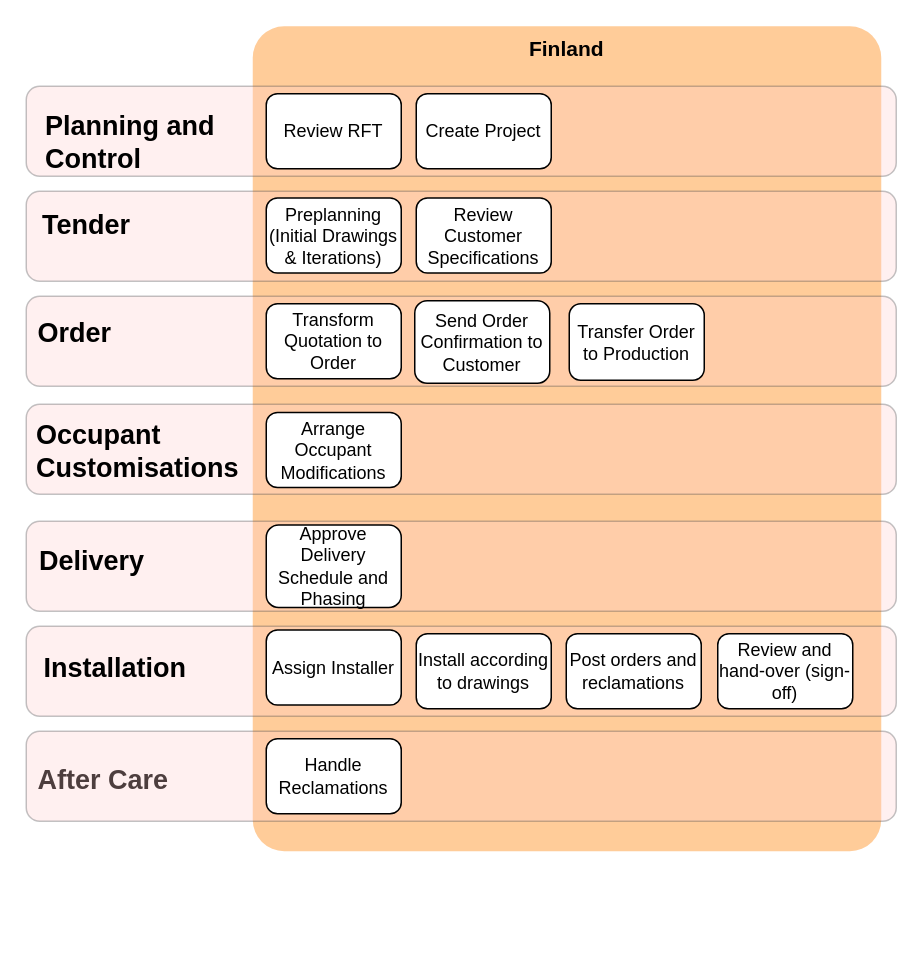
This is page "Project Finland" (3 of 8) of Commercial Model.drawio from mrf742002/Diagrams, a draw.io file, before an edit. Source tidied: cells renumbered, new cells numbered last; positions are measured from the earlier drawing's top-left corner, leaving out a move shared by most shapes. Both pictures are drawn from the tidied source at 150%, with x=0, y=0 at pixel (26, 26).
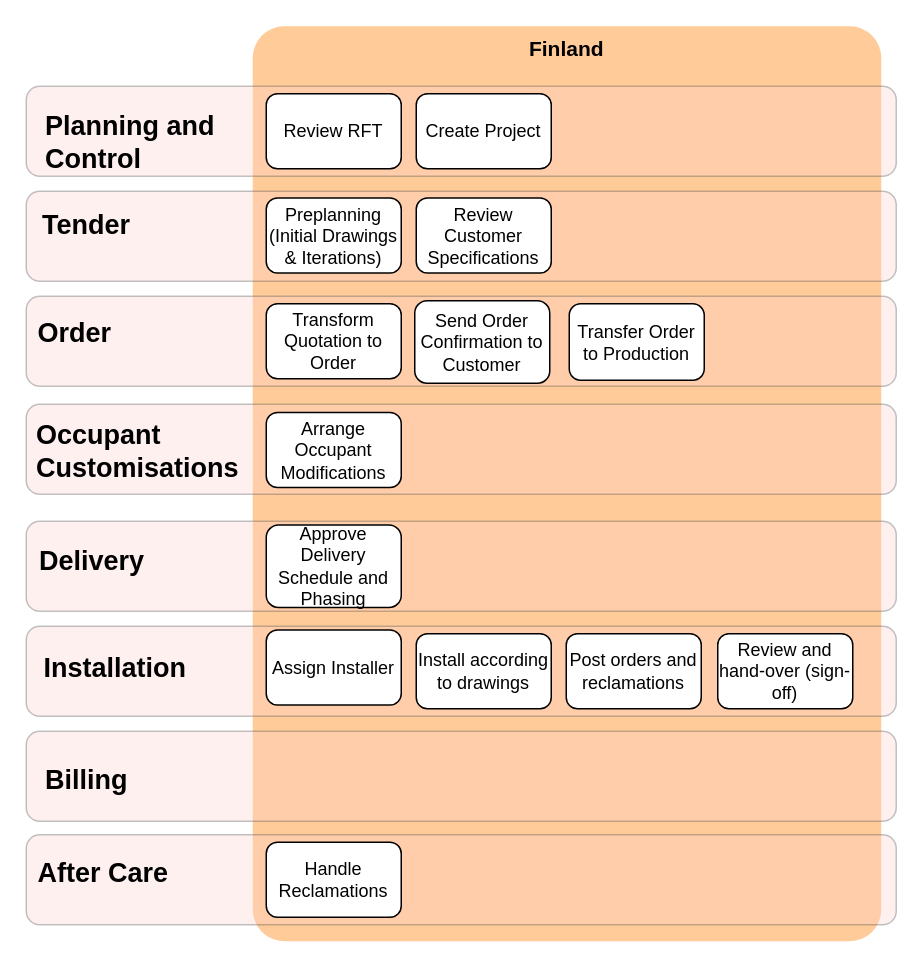
The same diagram, later.

Change to the diagram source:
```diff
@@
     <mxCell id="2" value="&lt;font style=&quot;font-size: 14px&quot;&gt;Finland&lt;/font&gt;" style="rounded=1;whiteSpace=wrap;html=1;fillColor=#ffcc99;strokeColor=none;verticalAlign=top;fontStyle=1;arcSize=5;" parent="1" vertex="1">
-      <mxGeometry x="151" width="419" height="550" as="geometry" />
+      <mxGeometry x="151" width="419" height="610" as="geometry" />
     </mxCell>
+    <mxCell id="16" style="rounded=1;whiteSpace=wrap;html=1;align=left;fillColor=#ffcccc;strokeColor=#36393d;opacity=30;fontStyle=1;" parent="1" vertex="1">
+      <mxGeometry y="539" width="580" height="60" as="geometry" />
+    </mxCell>
@@
     <mxCell id="15" value="&lt;span style=&quot;font-size: 18px&quot;&gt;After Care&lt;/span&gt;" style="text;html=1;align=left;verticalAlign=top;spacingTop=-4;fontStyle=1;" parent="1" vertex="1">
-      <mxGeometry x="6" y="490" width="100" height="20" as="geometry" />
+      <mxGeometry x="6" y="552" width="100" height="20" as="geometry" />
     </mxCell>
-    <mxCell id="16" style="rounded=1;whiteSpace=wrap;html=1;align=left;fillColor=#ffcccc;strokeColor=#36393d;opacity=30;fontStyle=1;" parent="1" vertex="1">
-      <mxGeometry y="470" width="580" height="60" as="geometry" />
-    </mxCell>
@@
     <mxCell id="23" value="Handle Reclamations" style="rounded=1;whiteSpace=wrap;html=1;" parent="1" vertex="1">
-      <mxGeometry x="160" y="475" width="90" height="50" as="geometry" />
+      <mxGeometry x="160" y="544" width="90" height="50" as="geometry" />
     </mxCell>
@@
+    <mxCell id="31" style="rounded=1;whiteSpace=wrap;html=1;align=left;fillColor=#ffcccc;strokeColor=#36393d;opacity=30;fontStyle=1;" parent="1" vertex="1">
+      <mxGeometry y="470" width="580" height="60" as="geometry" />
+    </mxCell>
+    <mxCell id="32" value="&lt;span style=&quot;font-size: 18px&quot;&gt;Billing&lt;/span&gt;" style="text;html=1;align=left;verticalAlign=top;spacingTop=-4;fontStyle=1;" parent="1" vertex="1">
+      <mxGeometry x="11" y="490" width="60" height="20" as="geometry" />
+    </mxCell>
```
